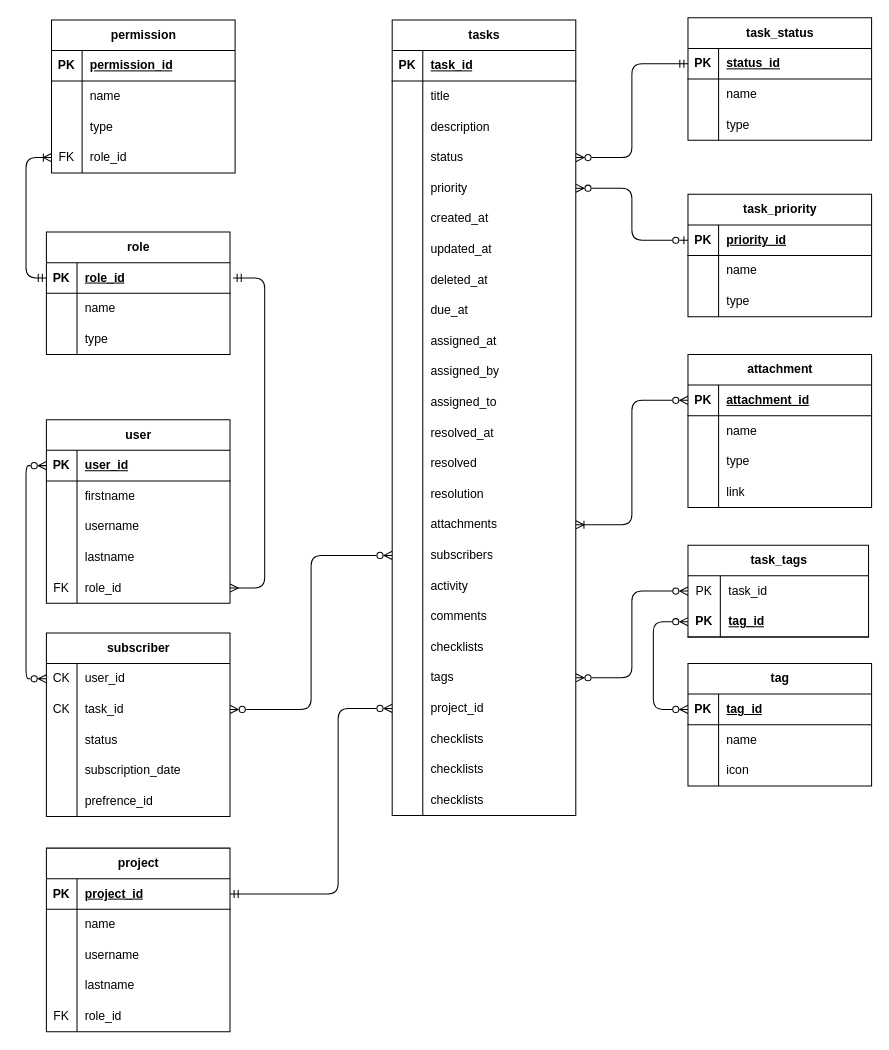
Earlier version of the draw.io diagram Untitled Diagram.drawio (sonu-nigam/workflow). Source tidied: cells renumbered, new cells numbered last; positions are measured from the earlier drawing's top-left corner, leaving out a move shared by most shapes. Both pictures are drawn from the tidied source at 102%, with x=0, y=0 at pixel (46, 17).
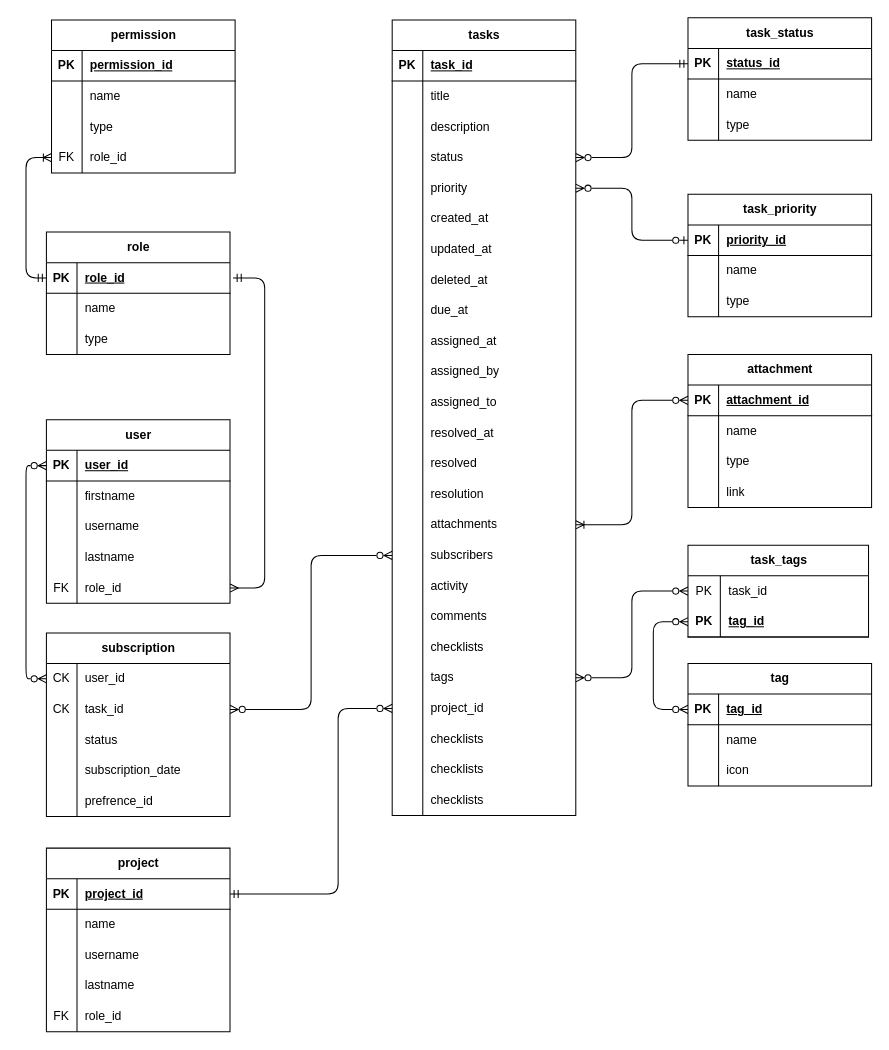
The same diagram, later.

Diff of the diagram source:
```diff
@@
-    <mxCell id="164" value="subscriber" style="shape=table;startSize=30;childLayout=tableLayout;rowLines=0;fontStyle=1;align=center;html=1;rounded=0;" parent="1" vertex="1">
+    <mxCell id="164" value="subscription" style="shape=table;startSize=30;childLayout=tableLayout;rowLines=0;fontStyle=1;align=center;html=1;rounded=0;" parent="1" vertex="1">
       <mxGeometry y="603" width="180" height="180" as="geometry" />
     </mxCell>
```
